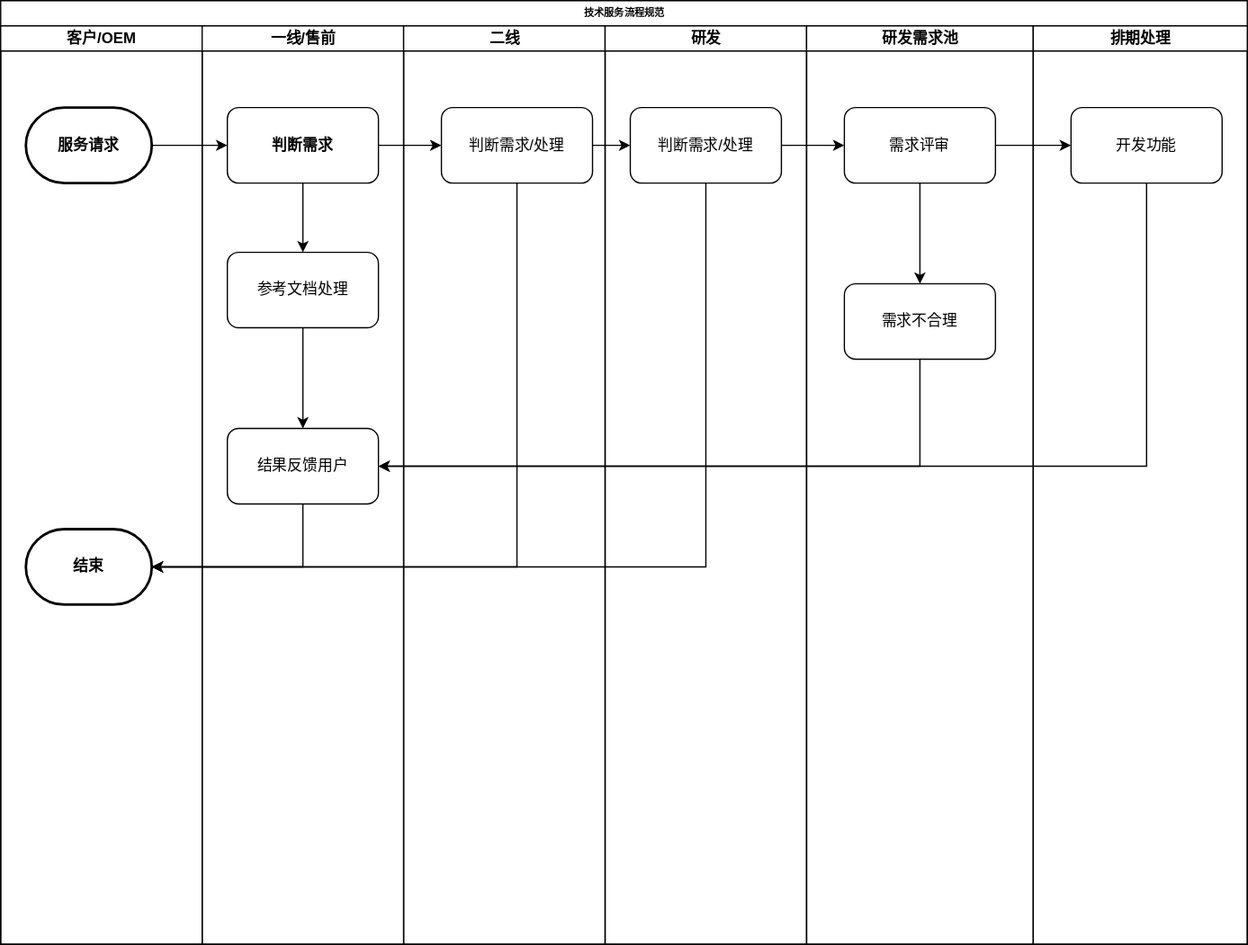
The draw.io diagram 流程规范及制度.drawio.svg in lawesen/lcgfzd, before a commit. Source tidied: cells renumbered, new cells last; positions are measured from the earlier drawing's top-left corner, leaving out a move shared by most shapes.
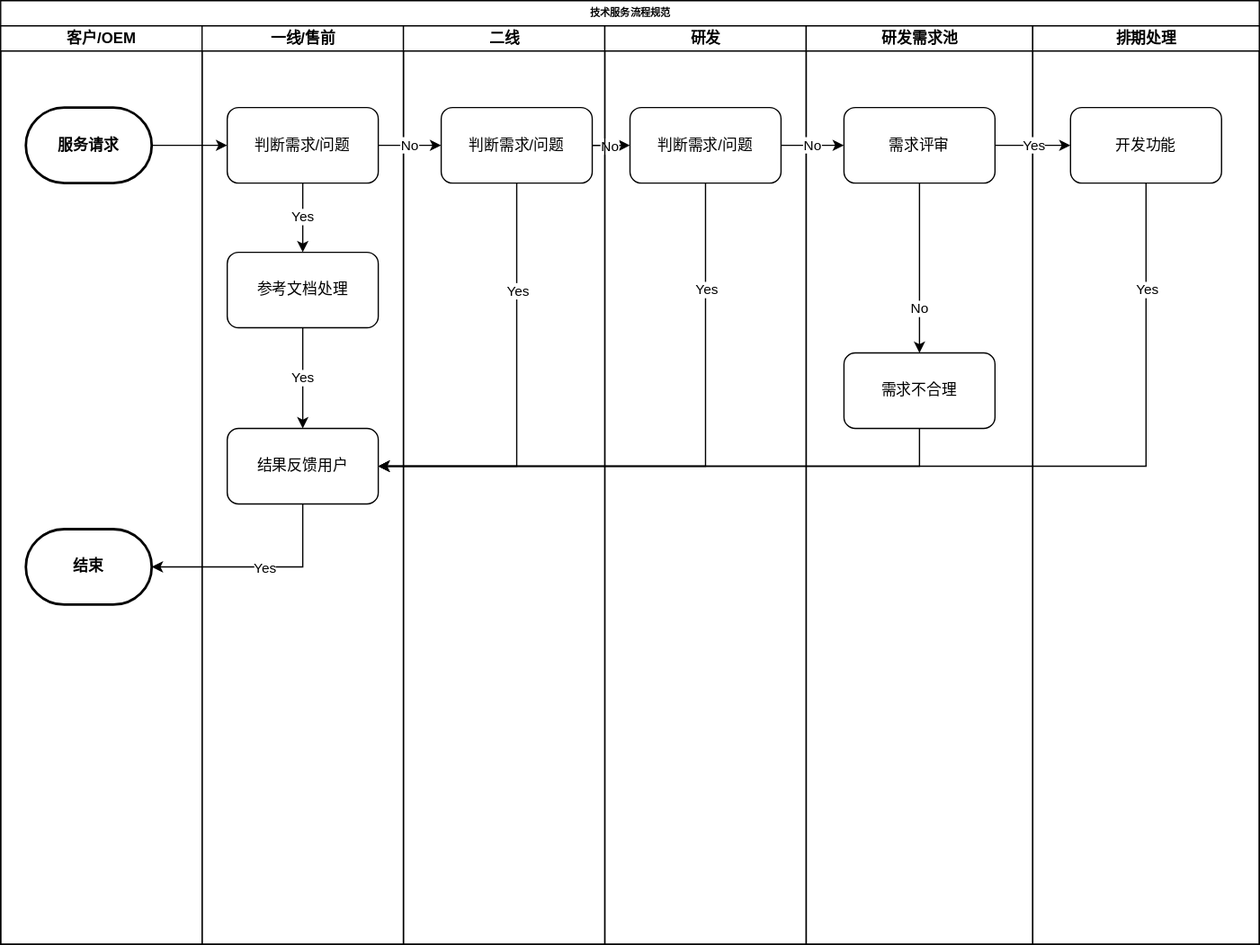
Later version of the same file.

Commit message:
更新流程规范及制度.drawio.svg

The edit, as a diff of the source:
```diff
@@ -3,7 +3,7 @@
     <mxCell id="0" />
     <mxCell id="1" parent="0" />
     <mxCell id="2" value="技术服务流程规范" style="swimlane;html=1;startSize=20;rounded=0;shadow=0;labelBackgroundColor=none;strokeWidth=1;fontFamily=Verdana;fontSize=8;align=center;" parent="1" vertex="1">
-      <mxGeometry width="990" height="750" as="geometry" />
+      <mxGeometry width="1000" height="750" as="geometry" />
     </mxCell>
     <mxCell id="3" value="客户/OEM" style="swimlane;html=1;startSize=20;" parent="2" vertex="1">
       <mxGeometry y="20" width="160" height="730" as="geometry" />
@@ -17,13 +17,13 @@
     <mxCell id="6" value="一线/售前" style="swimlane;html=1;startSize=20;" parent="2" vertex="1">
       <mxGeometry x="160" y="20" width="160" height="730" as="geometry" />
     </mxCell>
-    <mxCell id="7" style="edgeStyle=orthogonalEdgeStyle;rounded=0;jettySize=auto;html=1;exitX=0.5;exitY=1;exitDx=0;exitDy=0;" parent="6" edge="1" source="8" target="10">
+    <mxCell id="7" value="Yes" style="edgeStyle=orthogonalEdgeStyle;rounded=0;jettySize=auto;html=1;exitX=0.5;exitY=1;exitDx=0;exitDy=0;" parent="6" edge="1" source="8" target="10">
       <mxGeometry relative="1" as="geometry" />
     </mxCell>
-    <mxCell id="8" value="判断需求" style="rounded=1;whiteSpace=wrap;html=1;fontStyle=1;" parent="6" vertex="1">
+    <mxCell id="8" value="&lt;span style=&quot;font-weight: 400;&quot;&gt;判断需求/问题&lt;/span&gt;" style="rounded=1;whiteSpace=wrap;html=1;fontStyle=1;" parent="6" vertex="1">
       <mxGeometry x="20" y="65" width="120" height="60" as="geometry" />
     </mxCell>
-    <mxCell id="9" style="edgeStyle=orthogonalEdgeStyle;rounded=0;jettySize=auto;html=1;" parent="6" edge="1" source="10" target="11">
+    <mxCell id="9" value="Yes" style="edgeStyle=orthogonalEdgeStyle;rounded=0;jettySize=auto;html=1;" parent="6" edge="1" source="10" target="11">
       <mxGeometry relative="1" as="geometry" />
     </mxCell>
     <mxCell id="10" value="参考文档处理" style="rounded=1;whiteSpace=wrap;html=1;" parent="6" vertex="1">
@@ -35,62 +35,88 @@
     <mxCell id="12" value="二线" style="swimlane;html=1;startSize=20;" parent="2" vertex="1">
       <mxGeometry x="320" y="20" width="160" height="730" as="geometry" />
     </mxCell>
-    <mxCell id="13" value="判断需求/处理" style="rounded=1;whiteSpace=wrap;html=1;" parent="12" vertex="1">
+    <mxCell id="13" value="判断需求/问题" style="rounded=1;whiteSpace=wrap;html=1;" parent="12" vertex="1">
       <mxGeometry x="30" y="65" width="120" height="60" as="geometry" />
     </mxCell>
+    <mxCell id="22" style="edgeStyle=orthogonalEdgeStyle;rounded=0;jettySize=auto;html=1;exitX=1;exitY=0.5;exitDx=0;exitDy=0;exitPerimeter=0;entryX=0;entryY=0.5;entryDx=0;entryDy=0;" parent="2" edge="1" source="4" target="8">
+      <mxGeometry relative="1" as="geometry" />
+    </mxCell>
+    <mxCell id="23" value="No" style="edgeStyle=orthogonalEdgeStyle;rounded=0;jettySize=auto;html=1;exitX=1;exitY=0.5;exitDx=0;exitDy=0;entryX=0;entryY=0.5;entryDx=0;entryDy=0;" parent="2" edge="1" source="8" target="13">
+      <mxGeometry relative="1" as="geometry" />
+    </mxCell>
+    <mxCell id="24" style="edgeStyle=orthogonalEdgeStyle;rounded=0;jettySize=auto;html=1;exitX=0.5;exitY=1;exitDx=0;exitDy=0;entryX=1;entryY=0.5;entryDx=0;entryDy=0;" parent="2" edge="1" source="13" target="11">
+      <mxGeometry relative="1" as="geometry" />
+    </mxCell>
+    <mxCell id="32" value="Yes" style="edgeLabel;html=1;align=center;verticalAlign=middle;" parent="24" vertex="1">
+      <mxGeometry x="-0.79" relative="1" as="geometry">
+        <mxPoint y="51" as="offset" />
+      </mxGeometry>
+    </mxCell>
+    <mxCell id="25" style="edgeStyle=orthogonalEdgeStyle;rounded=0;jettySize=auto;html=1;" parent="2" edge="1" source="13" target="15">
+      <mxGeometry relative="1" as="geometry" />
+    </mxCell>
+    <mxCell id="33" value="No" style="edgeLabel;html=1;align=center;verticalAlign=middle;" parent="25" vertex="1">
+      <mxGeometry x="0.09" relative="1" as="geometry" />
+    </mxCell>
+    <mxCell id="27" style="edgeStyle=orthogonalEdgeStyle;rounded=0;jettySize=auto;html=1;exitX=0.5;exitY=1;exitDx=0;exitDy=0;entryX=1;entryY=0.5;entryDx=0;entryDy=0;" parent="2" edge="1" source="15" target="11">
+      <mxGeometry relative="1" as="geometry" />
+    </mxCell>
+    <mxCell id="34" value="Yes" style="edgeLabel;html=1;align=center;verticalAlign=middle;" parent="27" vertex="1">
+      <mxGeometry x="-0.87" y="2" relative="1" as="geometry">
+        <mxPoint x="-2" y="53" as="offset" />
+      </mxGeometry>
+    </mxCell>
+    <mxCell id="29" style="edgeStyle=orthogonalEdgeStyle;rounded=0;jettySize=auto;html=1;exitX=0.5;exitY=1;exitDx=0;exitDy=0;entryX=1;entryY=0.5;entryDx=0;entryDy=0;" parent="2" edge="1" source="21" target="11">
+      <mxGeometry relative="1" as="geometry" />
+    </mxCell>
+    <mxCell id="35" value="Yes" style="edgeLabel;html=1;align=center;verticalAlign=middle;" parent="29" vertex="1">
+      <mxGeometry x="-0.86" y="4" relative="1" as="geometry">
+        <mxPoint x="-4" y="26" as="offset" />
+      </mxGeometry>
+    </mxCell>
+    <mxCell id="30" style="edgeStyle=orthogonalEdgeStyle;rounded=0;jettySize=auto;html=1;exitX=0.5;exitY=1;exitDx=0;exitDy=0;entryX=1;entryY=0.5;entryDx=0;entryDy=0;entryPerimeter=0;" parent="2" edge="1" source="11" target="5">
+      <mxGeometry relative="1" as="geometry" />
+    </mxCell>
+    <mxCell id="36" value="Yes" style="edgeLabel;html=1;align=center;verticalAlign=middle;" parent="30" vertex="1">
+      <mxGeometry x="-0.35" y="2" relative="1" as="geometry">
+        <mxPoint x="-25" y="-2" as="offset" />
+      </mxGeometry>
+    </mxCell>
+    <mxCell id="31" style="edgeStyle=orthogonalEdgeStyle;rounded=0;jettySize=auto;html=1;exitX=0.5;exitY=1;exitDx=0;exitDy=0;entryX=1;entryY=0.5;entryDx=0;entryDy=0;" parent="2" edge="1" source="19" target="11">
+      <mxGeometry relative="1" as="geometry" />
+    </mxCell>
+    <mxCell id="37" style="group;" parent="2" vertex="1">
+      <mxGeometry x="480" y="20" width="520" height="730" as="geometry" />
+    </mxCell>
-    <mxCell id="14" value="研发" style="swimlane;html=1;startSize=20;" parent="2" vertex="1">
-      <mxGeometry x="480" y="20" width="160" height="730" as="geometry" />
+    <mxCell id="14" value="研发" style="swimlane;html=1;startSize=20;" parent="37" vertex="1">
+      <mxGeometry width="160" height="730" as="geometry" />
     </mxCell>
-    <mxCell id="15" value="判断需求/处理" style="whiteSpace=wrap;html=1;rounded=1;" parent="14" vertex="1">
+    <mxCell id="15" value="判断需求/问题" style="whiteSpace=wrap;html=1;rounded=1;" parent="14" vertex="1">
       <mxGeometry x="20" y="65" width="120" height="60" as="geometry" />
     </mxCell>
-    <mxCell id="16" value="研发需求池" style="swimlane;html=1;startSize=20;" parent="2" vertex="1">
-      <mxGeometry x="640" y="20" width="180" height="730" as="geometry" />
+    <mxCell id="16" value="研发需求池" style="swimlane;html=1;startSize=20;" parent="37" vertex="1">
+      <mxGeometry x="160" width="180" height="730" as="geometry" />
     </mxCell>
-    <mxCell id="17" style="edgeStyle=orthogonalEdgeStyle;rounded=0;jettySize=auto;html=1;" parent="16" edge="1" source="18" target="19">
-      <mxGeometry relative="1" as="geometry" />
-    </mxCell>
     <mxCell id="18" value="需求评审" style="whiteSpace=wrap;html=1;rounded=1;" parent="16" vertex="1">
       <mxGeometry x="30" y="65" width="120" height="60" as="geometry" />
     </mxCell>
     <mxCell id="19" value="需求不合理" style="whiteSpace=wrap;html=1;rounded=1;" parent="16" vertex="1">
-      <mxGeometry x="30" y="205" width="120" height="60" as="geometry" />
+      <mxGeometry x="30" y="260" width="120" height="60" as="geometry" />
     </mxCell>
+    <mxCell id="17" value="No" style="edgeStyle=orthogonalEdgeStyle;rounded=0;jettySize=auto;html=1;" parent="16" edge="1" source="18" target="19">
+      <mxGeometry x="0.48" relative="1" as="geometry" />
+    </mxCell>
-    <mxCell id="20" value="排期处理" style="swimlane;html=1;startSize=20;" parent="2" vertex="1">
-      <mxGeometry x="820" y="20" width="170" height="730" as="geometry" />
+    <mxCell id="20" value="排期处理" style="swimlane;html=1;startSize=20;" parent="37" vertex="1">
+      <mxGeometry x="340" width="180" height="730" as="geometry" />
     </mxCell>
     <mxCell id="21" value="开发功能" style="whiteSpace=wrap;html=1;rounded=1;" parent="20" vertex="1">
       <mxGeometry x="30" y="65" width="120" height="60" as="geometry" />
     </mxCell>
-    <mxCell id="22" style="edgeStyle=orthogonalEdgeStyle;rounded=0;jettySize=auto;html=1;exitX=1;exitY=0.5;exitDx=0;exitDy=0;exitPerimeter=0;entryX=0;entryY=0.5;entryDx=0;entryDy=0;" parent="2" edge="1" source="4" target="8">
-      <mxGeometry relative="1" as="geometry" />
-    </mxCell>
-    <mxCell id="23" style="edgeStyle=orthogonalEdgeStyle;rounded=0;jettySize=auto;html=1;exitX=1;exitY=0.5;exitDx=0;exitDy=0;entryX=0;entryY=0.5;entryDx=0;entryDy=0;" parent="2" edge="1" source="8" target="13">
-      <mxGeometry relative="1" as="geometry" />
-    </mxCell>
-    <mxCell id="24" style="edgeStyle=orthogonalEdgeStyle;rounded=0;jettySize=auto;html=1;exitX=0.5;exitY=1;exitDx=0;exitDy=0;entryX=1;entryY=0.5;entryDx=0;entryDy=0;entryPerimeter=0;" parent="2" edge="1" source="13" target="5">
-      <mxGeometry relative="1" as="geometry" />
-    </mxCell>
-    <mxCell id="25" style="edgeStyle=orthogonalEdgeStyle;rounded=0;jettySize=auto;html=1;" parent="2" edge="1" source="13" target="15">
-      <mxGeometry relative="1" as="geometry" />
-    </mxCell>
-    <mxCell id="26" style="edgeStyle=orthogonalEdgeStyle;rounded=0;jettySize=auto;html=1;" parent="2" edge="1" source="15" target="18">
+    <mxCell id="26" value="No" style="edgeStyle=orthogonalEdgeStyle;rounded=0;jettySize=auto;html=1;" parent="37" edge="1" source="15" target="18">
       <mxGeometry relative="1" as="geometry" />
     </mxCell>
-    <mxCell id="27" style="edgeStyle=orthogonalEdgeStyle;rounded=0;jettySize=auto;html=1;exitX=0.5;exitY=1;exitDx=0;exitDy=0;entryX=1;entryY=0.5;entryDx=0;entryDy=0;entryPerimeter=0;" parent="2" edge="1" source="15" target="5">
-      <mxGeometry relative="1" as="geometry" />
-    </mxCell>
-    <mxCell id="28" style="edgeStyle=orthogonalEdgeStyle;rounded=0;jettySize=auto;html=1;" parent="2" edge="1" source="18" target="21">
+    <mxCell id="28" value="Yes" style="edgeStyle=orthogonalEdgeStyle;rounded=0;jettySize=auto;html=1;" parent="37" edge="1" source="18" target="21">
       <mxGeometry relative="1" as="geometry" />
     </mxCell>
-    <mxCell id="29" style="edgeStyle=orthogonalEdgeStyle;rounded=0;jettySize=auto;html=1;exitX=0.5;exitY=1;exitDx=0;exitDy=0;entryX=1;entryY=0.5;entryDx=0;entryDy=0;" parent="2" edge="1" source="21" target="11">
-      <mxGeometry relative="1" as="geometry" />
-    </mxCell>
-    <mxCell id="30" style="edgeStyle=orthogonalEdgeStyle;rounded=0;jettySize=auto;html=1;exitX=0.5;exitY=1;exitDx=0;exitDy=0;entryX=1;entryY=0.5;entryDx=0;entryDy=0;entryPerimeter=0;" parent="2" edge="1" source="11" target="5">
-      <mxGeometry relative="1" as="geometry" />
-    </mxCell>
-    <mxCell id="31" style="edgeStyle=orthogonalEdgeStyle;rounded=0;jettySize=auto;html=1;exitX=0.5;exitY=1;exitDx=0;exitDy=0;entryX=1;entryY=0.5;entryDx=0;entryDy=0;" parent="2" edge="1" source="19" target="11">
-      <mxGeometry relative="1" as="geometry" />
-    </mxCell>
   </root>
 </mxGraphModel>
```
